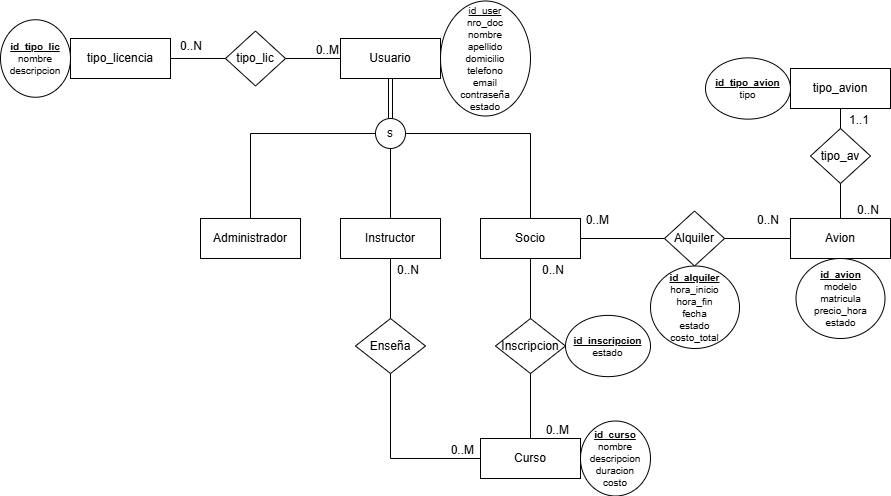
Above: Aeroclub.png in lautarokalkov-lab/Aeroclub_Java_TP (draw.io), before the change. Source tidied: cells renumbered, new cells last; positions are measured from the earlier drawing's top-left corner, leaving out a move shared by most shapes.
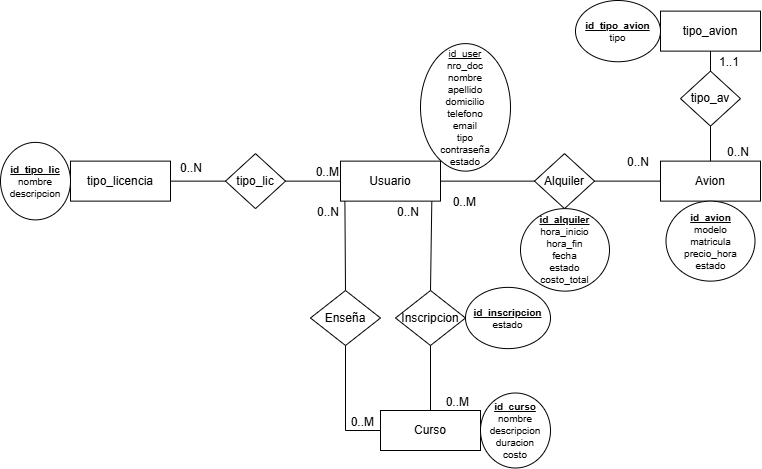
The same file after the commit.

Change to the diagram source:
```diff
@@ -3,24 +3,18 @@
     <mxCell id="0" />
     <mxCell id="1" parent="0" />
     <mxCell id="2" value="Avion" style="whiteSpace=wrap;html=1;align=center;" parent="1" vertex="1">
-      <mxGeometry x="790" y="218" width="100" height="40" as="geometry" />
+      <mxGeometry x="760" y="188.6" width="100" height="40" as="geometry" />
     </mxCell>
-    <mxCell id="3" value="Socio" style="whiteSpace=wrap;html=1;align=center;" parent="1" vertex="1">
-      <mxGeometry x="480" y="218" width="100" height="40" as="geometry" />
-    </mxCell>
     <mxCell id="4" value="Usuario" style="whiteSpace=wrap;html=1;align=center;" parent="1" vertex="1">
-      <mxGeometry x="340" y="38" width="100" height="40" as="geometry" />
+      <mxGeometry x="440" y="188.6" width="100" height="40" as="geometry" />
     </mxCell>
-    <mxCell id="5" value="Instructor" style="whiteSpace=wrap;html=1;align=center;" parent="1" vertex="1">
-      <mxGeometry x="340" y="218" width="100" height="40" as="geometry" />
-    </mxCell>
     <mxCell id="6" value="Curso" style="whiteSpace=wrap;html=1;align=center;" parent="1" vertex="1">
       <mxGeometry x="480" y="438" width="100" height="40" as="geometry" />
     </mxCell>
     <mxCell id="7" value="Alquiler" style="shape=rhombus;perimeter=rhombusPerimeter;whiteSpace=wrap;html=1;align=center;" parent="1" vertex="1">
-      <mxGeometry x="664" y="210.5" width="60" height="55" as="geometry" />
+      <mxGeometry x="634" y="181.1" width="60" height="55" as="geometry" />
     </mxCell>
-    <mxCell id="8" style="endArrow=none;html=1;rounded=0;exitX=1;exitY=0.5;exitDx=0;exitDy=0;entryX=0;entryY=0.5;entryDx=0;entryDy=0;" parent="1" edge="1" source="3" target="7">
+    <mxCell id="8" style="endArrow=none;html=1;rounded=0;exitX=1;exitY=0.5;exitDx=0;exitDy=0;entryX=0;entryY=0.5;entryDx=0;entryDy=0;" parent="1" edge="1" source="4" target="7">
       <mxGeometry relative="1" as="geometry" />
     </mxCell>
     <mxCell id="9" style="endArrow=none;html=1;rounded=0;exitX=1;exitY=0.5;exitDx=0;exitDy=0;entryX=0;entryY=0.5;entryDx=0;entryDy=0;" parent="1" edge="1" source="7" target="2">
@@ -29,64 +23,51 @@
     <mxCell id="10" value="Inscripcion" style="shape=rhombus;perimeter=rhombusPerimeter;whiteSpace=wrap;html=1;align=center;" parent="1" vertex="1">
       <mxGeometry x="495" y="318" width="70" height="55" as="geometry" />
     </mxCell>
-    <mxCell id="11" style="endArrow=none;html=1;rounded=0;exitX=0.5;exitY=1;exitDx=0;exitDy=0;entryX=0.5;entryY=0;entryDx=0;entryDy=0;" parent="1" edge="1" source="3" target="10">
+    <mxCell id="11" style="endArrow=none;html=1;rounded=0;exitX=0.913;exitY=1.009;exitDx=0;exitDy=0;entryX=0.5;entryY=0;entryDx=0;entryDy=0;exitPerimeter=0;" parent="1" edge="1" source="4" target="10">
       <mxGeometry relative="1" as="geometry" />
     </mxCell>
     <mxCell id="12" style="endArrow=none;html=1;rounded=0;exitX=0.5;exitY=1;exitDx=0;exitDy=0;entryX=0.5;entryY=0;entryDx=0;entryDy=0;" parent="1" edge="1" source="10" target="6">
       <mxGeometry relative="1" as="geometry" />
     </mxCell>
     <mxCell id="13" value="0..M" style="html=1;whiteSpace=wrap;align=right;verticalAlign=bottom;" parent="1" vertex="1">
-      <mxGeometry x="610" y="228" as="geometry" />
+      <mxGeometry x="577.5" y="238.6" as="geometry" />
     </mxCell>
     <mxCell id="14" value="0..N" style="html=1;whiteSpace=wrap;align=right;verticalAlign=bottom;" parent="1" vertex="1">
-      <mxGeometry x="780" y="228" as="geometry" />
+      <mxGeometry x="750" y="198.6" as="geometry" />
     </mxCell>
     <mxCell id="15" value="0..N" style="html=1;whiteSpace=wrap;align=right;verticalAlign=bottom;" parent="1" vertex="1">
-      <mxGeometry x="565" y="278" as="geometry" />
+      <mxGeometry x="520" y="248" as="geometry" />
     </mxCell>
     <mxCell id="16" value="0..M" style="html=1;whiteSpace=wrap;align=right;verticalAlign=bottom;" parent="1" vertex="1">
       <mxGeometry x="570" y="438" as="geometry" />
     </mxCell>
-    <mxCell id="17" style="edgeStyle=none;shape=link;rounded=0;jettySize=auto;html=1;strokeColor=default;align=center;verticalAlign=middle;fontFamily=Helvetica;fontSize=11;fontColor=default;labelBackgroundColor=default;startFill=0;endArrow=none;fillColor=light-dark(#FFFFFF,#000000);exitX=0.5;exitY=1;exitDx=0;exitDy=0;entryX=0.5;entryY=0;entryDx=0;entryDy=0;" parent="1" edge="1" source="4" target="18">
-      <mxGeometry relative="1" as="geometry" />
-    </mxCell>
-    <mxCell id="18" value="s" style="ellipse;whiteSpace=wrap;html=1;fontFamily=Helvetica;fontSize=12;fontColor=default;labelBackgroundColor=default;fillColor=light-dark(#FFFFFF,#000000);" parent="1" vertex="1">
-      <mxGeometry x="375" y="118" width="30" height="30" as="geometry" />
-    </mxCell>
-    <mxCell id="19" style="endArrow=none;html=1;rounded=0;exitX=1;exitY=0.5;exitDx=0;exitDy=0;entryX=0.5;entryY=0;entryDx=0;entryDy=0;" parent="1" edge="1" source="18" target="3">
-      <mxGeometry relative="1" as="geometry">
-        <Array as="points">
-          <mxPoint x="530" y="133" />
-        </Array>
-      </mxGeometry>
-    </mxCell>
     <mxCell id="20" value="Enseña" style="shape=rhombus;perimeter=rhombusPerimeter;whiteSpace=wrap;html=1;align=center;" parent="1" vertex="1">
-      <mxGeometry x="355" y="318" width="70" height="55" as="geometry" />
+      <mxGeometry x="410" y="318" width="70" height="55" as="geometry" />
     </mxCell>
     <mxCell id="21" style="endArrow=none;html=1;rounded=0;exitX=0.5;exitY=1;exitDx=0;exitDy=0;entryX=0;entryY=0.5;entryDx=0;entryDy=0;" parent="1" edge="1" source="20" target="6">
       <mxGeometry relative="1" as="geometry">
         <Array as="points">
-          <mxPoint x="390" y="458" />
+          <mxPoint x="445" y="458" />
         </Array>
       </mxGeometry>
     </mxCell>
-    <mxCell id="22" style="endArrow=none;html=1;rounded=0;exitX=0.5;exitY=1;exitDx=0;exitDy=0;entryX=0.5;entryY=0;entryDx=0;entryDy=0;" parent="1" edge="1" source="5" target="20">
+    <mxCell id="22" style="endArrow=none;html=1;rounded=0;entryX=0.5;entryY=0;entryDx=0;entryDy=0;exitX=0.044;exitY=0.998;exitDx=0;exitDy=0;exitPerimeter=0;" parent="1" edge="1" source="4" target="20">
       <mxGeometry relative="1" as="geometry" />
     </mxCell>
     <mxCell id="23" value="0..N" style="html=1;whiteSpace=wrap;align=right;verticalAlign=bottom;" parent="1" vertex="1">
-      <mxGeometry x="420" y="278" as="geometry" />
+      <mxGeometry x="440" y="248" as="geometry" />
     </mxCell>
     <mxCell id="24" value="0..M" style="html=1;whiteSpace=wrap;align=right;verticalAlign=bottom;" parent="1" vertex="1">
       <mxGeometry x="475" y="458" as="geometry" />
     </mxCell>
-    <mxCell id="25" value="&lt;u&gt;id_user&lt;/u&gt;&lt;div&gt;&lt;span style=&quot;background-color: transparent; color: light-dark(rgb(0, 0, 0), rgb(255, 255, 255));&quot;&gt;nro_doc&lt;/span&gt;&lt;/div&gt;&lt;div&gt;nombre&lt;/div&gt;&lt;div&gt;apellido&lt;/div&gt;&lt;div&gt;domicilio&lt;/div&gt;&lt;div&gt;telefono&lt;/div&gt;&lt;div&gt;email&lt;/div&gt;&lt;div&gt;contraseña&lt;/div&gt;&lt;div&gt;estado&lt;/div&gt;" style="ellipse;whiteSpace=wrap;html=1;align=center;fontFamily=Helvetica;fontSize=10;fontColor=default;labelBackgroundColor=none;fillColor=light-dark(#FFFFFF,#000000);" parent="1" vertex="1">
-      <mxGeometry x="440" y="0.5" width="90" height="115" as="geometry" />
+    <mxCell id="25" value="&lt;u&gt;id_user&lt;/u&gt;&lt;div&gt;&lt;span style=&quot;background-color: transparent; color: light-dark(rgb(0, 0, 0), rgb(255, 255, 255));&quot;&gt;nro_doc&lt;/span&gt;&lt;/div&gt;&lt;div&gt;nombre&lt;/div&gt;&lt;div&gt;apellido&lt;/div&gt;&lt;div&gt;domicilio&lt;/div&gt;&lt;div&gt;telefono&lt;/div&gt;&lt;div&gt;email&lt;/div&gt;&lt;div&gt;tipo&lt;/div&gt;&lt;div&gt;contraseña&lt;/div&gt;&lt;div&gt;estado&lt;/div&gt;" style="ellipse;whiteSpace=wrap;html=1;align=center;fontFamily=Helvetica;fontSize=10;fontColor=default;labelBackgroundColor=none;fillColor=light-dark(#FFFFFF,#000000);" parent="1" vertex="1">
+      <mxGeometry x="520" y="71.1" width="90" height="127.5" as="geometry" />
     </mxCell>
     <mxCell id="26" value="tipo_licencia" style="whiteSpace=wrap;html=1;align=center;" parent="1" vertex="1">
-      <mxGeometry x="70" y="38" width="100" height="40" as="geometry" />
+      <mxGeometry x="170" y="188.6" width="100" height="40" as="geometry" />
     </mxCell>
     <mxCell id="27" value="tipo_lic" style="shape=rhombus;perimeter=rhombusPerimeter;whiteSpace=wrap;html=1;align=center;" parent="1" vertex="1">
-      <mxGeometry x="225" y="30.5" width="60" height="55" as="geometry" />
+      <mxGeometry x="325" y="181.1" width="60" height="55" as="geometry" />
     </mxCell>
     <mxCell id="28" style="endArrow=none;html=1;rounded=0;exitX=1;exitY=0.5;exitDx=0;exitDy=0;entryX=0;entryY=0.5;entryDx=0;entryDy=0;" parent="1" edge="1" source="26" target="27">
       <mxGeometry relative="1" as="geometry" />
@@ -95,46 +76,33 @@
       <mxGeometry relative="1" as="geometry" />
     </mxCell>
     <mxCell id="30" value="0..M" style="html=1;whiteSpace=wrap;align=right;verticalAlign=bottom;" parent="1" vertex="1">
-      <mxGeometry x="340" y="58" as="geometry" />
+      <mxGeometry x="440" y="208.6" as="geometry" />
     </mxCell>
     <mxCell id="31" value="0..N" style="html=1;whiteSpace=wrap;align=right;verticalAlign=bottom;" parent="1" vertex="1">
-      <mxGeometry x="180" y="48" as="geometry">
+      <mxGeometry x="280" y="198.6" as="geometry">
         <mxPoint x="23" y="6" as="offset" />
       </mxGeometry>
     </mxCell>
     <mxCell id="32" value="&lt;u&gt;&lt;b&gt;id_tipo_lic&lt;/b&gt;&lt;/u&gt;&lt;div&gt;nombre&lt;/div&gt;&lt;div&gt;descripcion&lt;/div&gt;" style="ellipse;whiteSpace=wrap;html=1;align=center;fontFamily=Helvetica;fontSize=10;fontColor=default;labelBackgroundColor=none;fillColor=light-dark(#FFFFFF,#000000);" parent="1" vertex="1">
-      <mxGeometry y="19.2" width="70" height="77.5" as="geometry" />
+      <mxGeometry x="100" y="169.9" width="70" height="77.5" as="geometry" />
     </mxCell>
     <mxCell id="33" value="&lt;b&gt;&lt;u&gt;id_inscripcion&lt;/u&gt;&lt;/b&gt;&lt;div&gt;estado&lt;/div&gt;" style="ellipse;whiteSpace=wrap;html=1;align=center;fontFamily=Helvetica;fontSize=10;fontColor=default;labelBackgroundColor=none;fillColor=light-dark(#FFFFFF,#000000);" parent="1" vertex="1">
       <mxGeometry x="565" y="314.9" width="85" height="61.2" as="geometry" />
     </mxCell>
     <mxCell id="34" value="&lt;b&gt;&lt;u&gt;id_alquiler&lt;/u&gt;&lt;/b&gt;&lt;div&gt;hora_inicio&lt;/div&gt;&lt;div&gt;hora_fin&lt;/div&gt;&lt;div&gt;fecha&lt;/div&gt;&lt;div&gt;estado&lt;/div&gt;&lt;div&gt;costo_total&lt;/div&gt;" style="ellipse;whiteSpace=wrap;html=1;align=center;fontFamily=Helvetica;fontSize=10;fontColor=default;labelBackgroundColor=none;fillColor=light-dark(#FFFFFF,#000000);" parent="1" vertex="1">
-      <mxGeometry x="650" y="265.5" width="89" height="82.5" as="geometry" />
+      <mxGeometry x="620" y="236.1" width="89" height="82.5" as="geometry" />
     </mxCell>
     <mxCell id="35" value="&lt;b&gt;&lt;u&gt;id_avion&lt;/u&gt;&lt;/b&gt;&lt;div&gt;modelo&lt;b&gt;&lt;u&gt;&lt;br&gt;&lt;/u&gt;&lt;/b&gt;&lt;div&gt;matricula&lt;/div&gt;&lt;/div&gt;&lt;div&gt;precio_hora&lt;/div&gt;&lt;div&gt;estado&lt;/div&gt;" style="ellipse;whiteSpace=wrap;html=1;align=center;fontFamily=Helvetica;fontSize=10;fontColor=default;labelBackgroundColor=none;fillColor=light-dark(#FFFFFF,#000000);" parent="1" vertex="1">
-      <mxGeometry x="795.5" y="258" width="89" height="80" as="geometry" />
+      <mxGeometry x="765.5" y="228.6" width="89" height="80" as="geometry" />
     </mxCell>
     <mxCell id="36" value="&lt;b&gt;&lt;u&gt;id_curso&lt;/u&gt;&lt;/b&gt;&lt;div&gt;nombre&lt;/div&gt;&lt;div&gt;descripcion&lt;/div&gt;&lt;div&gt;duracion&lt;/div&gt;&lt;div&gt;costo&lt;/div&gt;" style="ellipse;whiteSpace=wrap;html=1;align=center;fontFamily=Helvetica;fontSize=10;fontColor=default;labelBackgroundColor=none;fillColor=light-dark(#FFFFFF,#000000);" parent="1" vertex="1">
       <mxGeometry x="580" y="420.5" width="70" height="75" as="geometry" />
     </mxCell>
-    <mxCell id="37" value="Administrador" style="whiteSpace=wrap;html=1;align=center;" parent="1" vertex="1">
-      <mxGeometry x="200" y="218" width="100" height="40" as="geometry" />
-    </mxCell>
-    <mxCell id="38" style="endArrow=none;html=1;rounded=0;exitX=0;exitY=0.5;exitDx=0;exitDy=0;entryX=0.5;entryY=0;entryDx=0;entryDy=0;" parent="1" edge="1" source="18" target="37">
-      <mxGeometry relative="1" as="geometry">
-        <Array as="points">
-          <mxPoint x="250" y="133" />
-        </Array>
-      </mxGeometry>
-    </mxCell>
-    <mxCell id="39" style="endArrow=none;html=1;rounded=0;exitX=0.5;exitY=1;exitDx=0;exitDy=0;entryX=0.5;entryY=0;entryDx=0;entryDy=0;" parent="1" edge="1" source="18" target="5">
-      <mxGeometry relative="1" as="geometry" />
-    </mxCell>
     <mxCell id="40" value="tipo_avion" style="whiteSpace=wrap;html=1;align=center;" parent="1" vertex="1">
-      <mxGeometry x="790" y="68" width="100" height="40" as="geometry" />
+      <mxGeometry x="760" y="38.6" width="100" height="40" as="geometry" />
     </mxCell>
     <mxCell id="41" value="tipo_av" style="shape=rhombus;perimeter=rhombusPerimeter;whiteSpace=wrap;html=1;align=center;" parent="1" vertex="1">
-      <mxGeometry x="810" y="128" width="60" height="55" as="geometry" />
+      <mxGeometry x="780" y="98.6" width="60" height="55" as="geometry" />
     </mxCell>
     <mxCell id="42" style="endArrow=none;html=1;rounded=0;exitX=0.5;exitY=1;exitDx=0;exitDy=0;entryX=0.5;entryY=0;entryDx=0;entryDy=0;" parent="1" edge="1" source="41" target="2">
       <mxGeometry relative="1" as="geometry" />
@@ -143,13 +111,13 @@
       <mxGeometry relative="1" as="geometry" />
     </mxCell>
     <mxCell id="44" value="&lt;b&gt;&lt;u&gt;id_tipo_avion&lt;/u&gt;&lt;/b&gt;&lt;div&gt;tipo&lt;/div&gt;" style="ellipse;whiteSpace=wrap;html=1;align=center;fontFamily=Helvetica;fontSize=10;fontColor=default;labelBackgroundColor=none;fillColor=light-dark(#FFFFFF,#000000);" parent="1" vertex="1">
-      <mxGeometry x="705" y="57.4" width="85" height="61.2" as="geometry" />
+      <mxGeometry x="675" y="28" width="85" height="61.2" as="geometry" />
     </mxCell>
     <mxCell id="45" value="0..N" style="html=1;whiteSpace=wrap;align=right;verticalAlign=bottom;" parent="1" vertex="1">
-      <mxGeometry x="880" y="218" as="geometry" />
+      <mxGeometry x="850" y="188.6" as="geometry" />
     </mxCell>
     <mxCell id="46" value="1..1" style="html=1;whiteSpace=wrap;align=right;verticalAlign=bottom;" parent="1" vertex="1">
-      <mxGeometry x="870" y="128" as="geometry" />
+      <mxGeometry x="840" y="98.6" as="geometry" />
     </mxCell>
   </root>
 </mxGraphModel>
```
